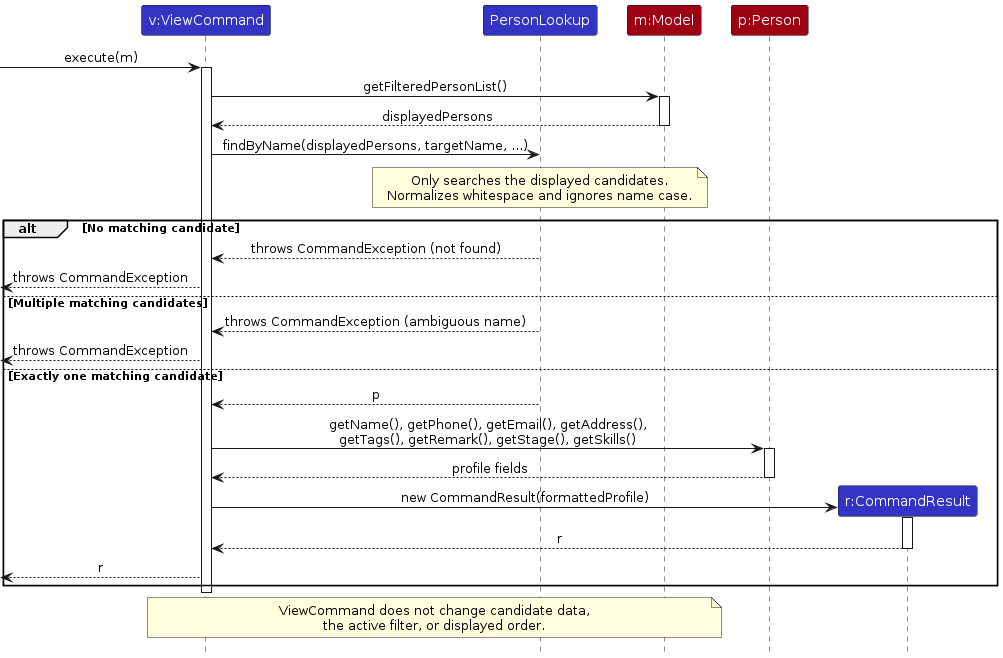
AY2627S1-CS2103T-T09-3/tp keeps this PlantUML diagram as diagrams/ViewProfileSequenceDiagram.png. Above is the earlier version. Its source is kept beside it as diagrams/ViewProfileSequenceDiagram.puml.
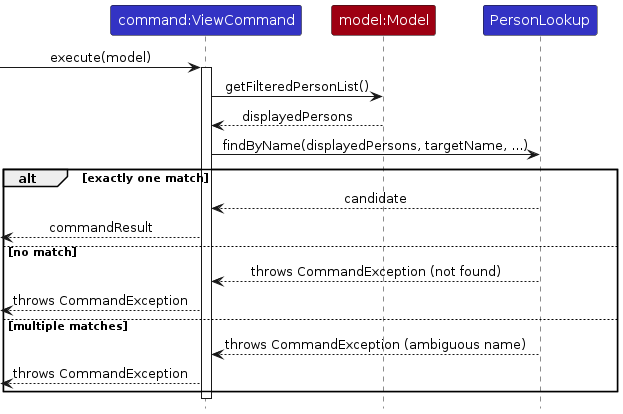
Above is the later version.

What changed in the source:
```diff
@@ -1,49 +1,27 @@
 @startuml
 !include style.puml
 skinparam ArrowFontStyle plain
+skinparam ParticipantFontColor #FFFFFF
 
-participant "v:ViewCommand" as ViewCommand LOGIC_COLOR
+participant "command:ViewCommand" as ViewCommand LOGIC_COLOR
+participant "model:Model" as Model MODEL_COLOR
 participant "PersonLookup" as PersonLookup LOGIC_COLOR
-participant "m:Model" as Model MODEL_COLOR
-participant "p:Person" as Person MODEL_COLOR
-participant "r:CommandResult" as CommandResult LOGIC_COLOR
 
-[-> ViewCommand : execute(m)
+[-> ViewCommand : execute(model)
 activate ViewCommand
 ViewCommand -> Model : getFilteredPersonList()
-activate Model
 Model --> ViewCommand : displayedPersons
-deactivate Model
+ViewCommand -> PersonLookup : findByName(displayedPersons, targetName, ...)
 
-ViewCommand -> PersonLookup : findByName(displayedPersons, targetName, ...)
-note over PersonLookup
-Only searches the displayed candidates.
-Normalizes whitespace and ignores name case.
-end note
-
-alt No matching candidate
+alt exactly one match
+    PersonLookup --> ViewCommand : candidate
+    ViewCommand -->[ : commandResult
+else no match
     PersonLookup --> ViewCommand : throws CommandException (not found)
     ViewCommand -->[ : throws CommandException
-else Multiple matching candidates
+else multiple matches
     PersonLookup --> ViewCommand : throws CommandException (ambiguous name)
     ViewCommand -->[ : throws CommandException
-else Exactly one matching candidate
-    PersonLookup --> ViewCommand : p
-    ViewCommand -> Person : getName(), getPhone(), getEmail(), getAddress(),\ngetTags(), getRemark(), getStage(), getSkills()
-    activate Person
-    Person --> ViewCommand : profile fields
-    deactivate Person
-    create CommandResult
-    ViewCommand -> CommandResult : new CommandResult(formattedProfile)
-    activate CommandResult
-    CommandResult --> ViewCommand : r
-    deactivate CommandResult
-    ViewCommand -->[ : r
 end
-
 deactivate ViewCommand
-note over ViewCommand, Model
-ViewCommand does not change candidate data,
-the active filter, or displayed order.
-end note
 @enduml
```
